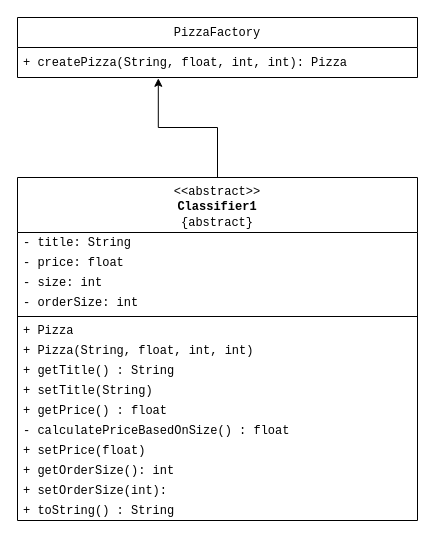
Earlier version of the draw.io diagram pizzaFactory/Pizza_Properties_Factory.drawio (perazaharmonics/Java-OOD). Source tidied: cells renumbered, new cells numbered last; positions are measured from the earlier drawing's top-left corner, leaving out a move shared by most shapes. Both pictures are drawn from the tidied source at 100%, with x=0, y=0 at pixel (17, 17).
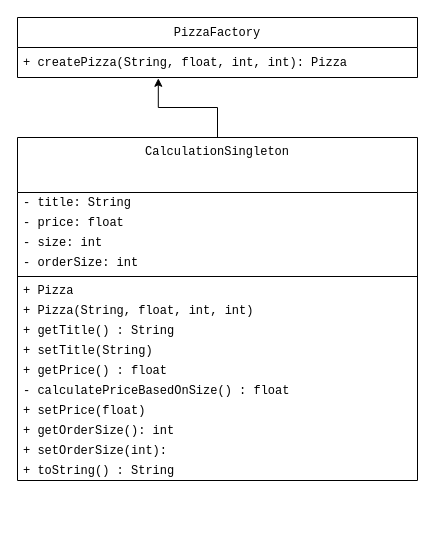
The same page after the edit.

The edit, as a diff of the source:
```diff
@@
-    <mxCell id="4" value="&lt;font face=&quot;Courier New&quot;&gt;&amp;lt;&amp;lt;abstract&amp;gt;&amp;gt;&lt;br&gt;&lt;b&gt;Classifier1&lt;/b&gt;&lt;br&gt;{abstract}&lt;/font&gt;" style="swimlane;fontStyle=0;align=center;verticalAlign=top;horizontal=1;startSize=55;html=1;whiteSpace=wrap;" parent="1" vertex="1">
-      <mxGeometry y="160" width="400" height="343" as="geometry" />
+    <mxCell id="4" value="&lt;font face=&quot;Courier New&quot;&gt;CalculationSingleton&lt;/font&gt;" style="swimlane;fontStyle=0;align=center;verticalAlign=top;horizontal=1;startSize=55;html=1;whiteSpace=wrap;" parent="1" vertex="1">
+      <mxGeometry y="120" width="400" height="343" as="geometry" />
     </mxCell>
```
